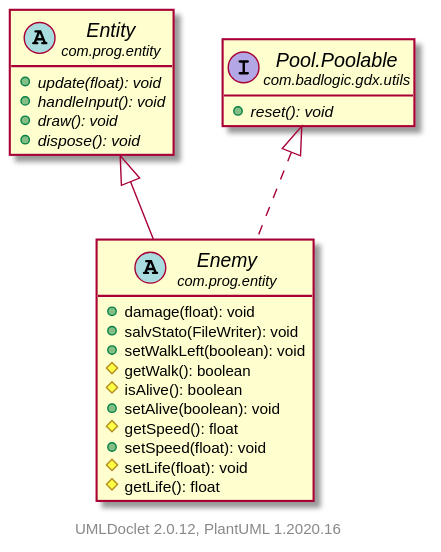
This is core/build/docs/javadoc/uml/com/prog/entity/Enemy.svg from Garma00/Evilian, a PlantUML export, as it was before one commit.
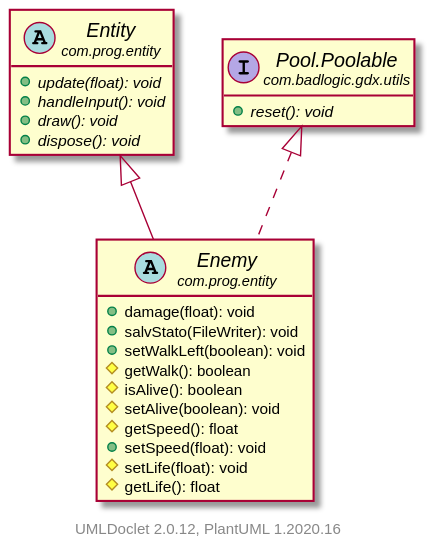
Later version of the same file.

What changed in the source:
```diff
@@ -9,7 +9,7 @@
         +setWalkLeft(boolean): void
         #getWalk(): boolean
         #isAlive(): boolean
-        +setAlive(boolean): void
+        #setAlive(boolean): void
         #getSpeed(): float
         +setSpeed(float): void
         #setLife(float): void
```
